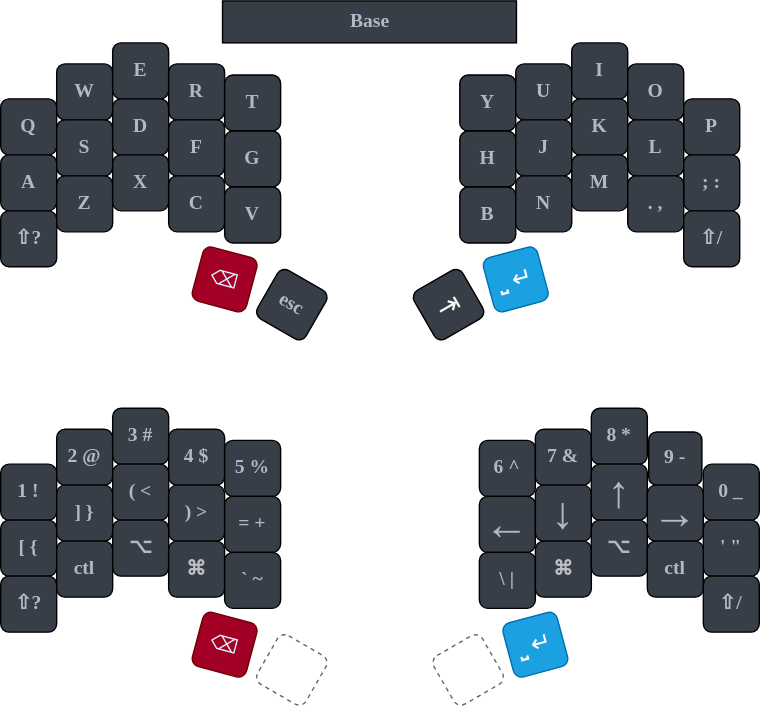
Earlier version of the draw.io export keyboard_map.drawio.svg (jakdept/zmk-sweep). Source tidied: cells renumbered, new cells last; positions are measured from the earlier drawing's top-left corner, leaving out a move shared by most shapes.
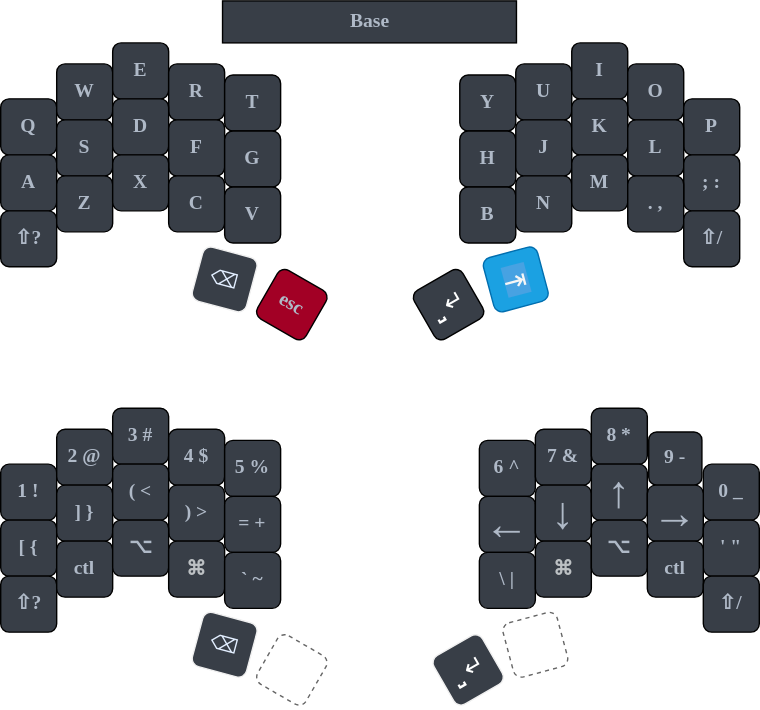
After the commit.

Commit message:
possibly corrected keymap for the last time

Change to the diagram source:
```diff
@@ -47,10 +47,10 @@
     <mxCell id="16" value="V" style="whiteSpace=wrap;html=1;fontSize=14;fontFamily=Verdana;fontStyle=1;fontColor=#AFB9C7;fillColor=#383E47;rounded=1;" parent="1" vertex="1">
       <mxGeometry x="160" y="133" width="40" height="40" as="geometry" />
     </mxCell>
-    <mxCell id="17" value="&lt;span style=&quot;color: rgb(226, 238, 255); font-weight: 500; font-family: &amp;quot;Google Sans&amp;quot;, arial, sans-serif; font-size: 14px; text-align: left;&quot;&gt;⌫&lt;/span&gt;" style="whiteSpace=wrap;html=1;rotation=15;fontSize=14;fontFamily=Verdana;fontStyle=1;fillColor=#a20025;strokeColor=#6F0000;fontColor=#ffffff;rounded=1;" parent="1" vertex="1">
+    <mxCell id="17" value="&lt;span style=&quot;color: rgb(226, 238, 255); font-weight: 500; font-family: &amp;quot;Google Sans&amp;quot;, arial, sans-serif; font-size: 14px; text-align: left;&quot;&gt;⌫&lt;/span&gt;" style="whiteSpace=wrap;html=1;rotation=15;fontSize=14;fontFamily=Verdana;fontStyle=1;fillColor=#383E47;strokeColor=#F0F0F0;fontColor=#ffffff;rounded=1;" parent="1" vertex="1">
       <mxGeometry x="140" y="179" width="40" height="40" as="geometry" />
     </mxCell>
-    <mxCell id="18" value="&lt;span style=&quot;font-family: &amp;quot;segoe ui emoji&amp;quot;, &amp;quot;apple color emoji&amp;quot;, &amp;quot;noto color emoji&amp;quot;; font-size: 14px;&quot;&gt;&lt;font style=&quot;font-size: 14px;&quot;&gt;esc&lt;/font&gt;&lt;/span&gt;" style="whiteSpace=wrap;html=1;rotation=30;fontSize=14;fontFamily=Verdana;fontStyle=1;fontColor=#AFB9C7;fillColor=#383E47;rounded=1;" parent="1" vertex="1">
+    <mxCell id="18" value="&lt;span style=&quot;font-family: &amp;quot;segoe ui emoji&amp;quot;, &amp;quot;apple color emoji&amp;quot;, &amp;quot;noto color emoji&amp;quot;; font-size: 14px;&quot;&gt;&lt;font style=&quot;font-size: 14px;&quot;&gt;esc&lt;/font&gt;&lt;/span&gt;" style="whiteSpace=wrap;html=1;rotation=30;fontSize=14;fontFamily=Verdana;fontStyle=1;fontColor=#AFB9C7;fillColor=#A20025;rounded=1;" parent="1" vertex="1">
       <mxGeometry x="188" y="197" width="40" height="40" as="geometry" />
     </mxCell>
     <mxCell id="19" value="Y" style="whiteSpace=wrap;html=1;fontSize=14;fontFamily=Verdana;fontStyle=1;fontColor=#AFB9C7;fillColor=#383E47;rounded=1;" parent="1" vertex="1">
@@ -98,10 +98,10 @@
     <mxCell id="33" value="&lt;span style=&quot;font-family: &amp;quot;segoe ui emoji&amp;quot;, &amp;quot;apple color emoji&amp;quot;, &amp;quot;noto color emoji&amp;quot;; font-size: 14px;&quot;&gt;⇧/&lt;/span&gt;" style="whiteSpace=wrap;html=1;fontSize=14;fontFamily=Verdana;fontStyle=1;fontColor=#AFB9C7;fillColor=#383E47;rounded=1;" parent="1" vertex="1">
       <mxGeometry x="488" y="150" width="40" height="40" as="geometry" />
     </mxCell>
-    <mxCell id="34" value="&lt;span style=&quot;font-family: &amp;quot;Google Sans&amp;quot;, arial, sans-serif; font-size: 20px; font-weight: 500; text-align: left;&quot;&gt;&lt;font style=&quot;&quot; color=&quot;#f6f6f6&quot;&gt;⇥&lt;/font&gt;&lt;/span&gt;" style="whiteSpace=wrap;html=1;rotation=-30;fontSize=14;fontFamily=Verdana;fontStyle=1;fontColor=#AFB9C7;fillColor=#383E47;rounded=1;" parent="1" vertex="1">
+    <mxCell id="34" value="&lt;span style=&quot;color: rgb(255, 255, 255); caret-color: rgb(189, 193, 198); font-family: &amp;quot;Google Sans&amp;quot;, arial, sans-serif; text-align: left;&quot;&gt;⎵&amp;nbsp;&lt;/span&gt;&lt;span style=&quot;color: rgb(255, 255, 255); caret-color: rgb(32, 33, 34); font-family: sans-serif; font-size: 17.5px; font-weight: 400; text-align: start;&quot;&gt;↵&lt;/span&gt;" style="whiteSpace=wrap;html=1;rotation=-30;fontSize=14;fontFamily=Verdana;fontStyle=1;fontColor=#AFB9C7;fillColor=#383E47;rounded=1;" parent="1" vertex="1">
       <mxGeometry x="300" y="197" width="40" height="40" as="geometry" />
     </mxCell>
-    <mxCell id="35" value="&lt;span style=&quot;background-color: rgb(27, 161, 226);&quot;&gt;&lt;span style=&quot;caret-color: rgb(189, 193, 198); font-family: &amp;quot;Google Sans&amp;quot;, arial, sans-serif; text-align: left;&quot;&gt;⎵&amp;nbsp;&amp;nbsp;&lt;/span&gt;&lt;span style=&quot;caret-color: rgb(32, 33, 34); text-align: start;&quot;&gt;&lt;font face=&quot;sans-serif&quot;&gt;&lt;span style=&quot;font-size: 17.5px; font-weight: 400;&quot;&gt;↵&lt;/span&gt;&lt;/font&gt;&lt;/span&gt;&lt;/span&gt;" style="whiteSpace=wrap;html=1;rotation=-15;fontSize=14;fontFamily=Verdana;fontStyle=1;fillColor=#1ba1e2;strokeColor=#006EAF;fontColor=#ffffff;rounded=1;" parent="1" vertex="1">
+    <mxCell id="35" value="&lt;span style=&quot;color: rgb(246, 246, 246); font-family: &amp;quot;Google Sans&amp;quot;, arial, sans-serif; font-size: 20px; font-weight: 500; text-align: left; background-color: rgb(71, 162, 226);&quot;&gt;⇥&lt;/span&gt;" style="whiteSpace=wrap;html=1;rotation=-15;fontSize=14;fontFamily=Verdana;fontStyle=1;fillColor=#1ba1e2;strokeColor=#006EAF;fontColor=#ffffff;rounded=1;" parent="1" vertex="1">
       <mxGeometry x="348" y="179" width="40" height="40" as="geometry" />
     </mxCell>
     <mxCell id="36" value="&lt;b style=&quot;font-size: 14px;&quot;&gt;Base&lt;/b&gt;" style="rounded=0;whiteSpace=wrap;html=1;fontFamily=Verdana;fontSize=14;fontColor=#AFB9C7;fillColor=#383E47;" parent="1" vertex="1">
@@ -200,13 +200,13 @@
     <mxCell id="67" value="&lt;span style=&quot;font-family: &amp;quot;segoe ui emoji&amp;quot;, &amp;quot;apple color emoji&amp;quot;, &amp;quot;noto color emoji&amp;quot;; font-size: 14px;&quot;&gt;⇧/&lt;/span&gt;" style="whiteSpace=wrap;html=1;fontSize=14;fontFamily=Verdana;fontStyle=1;fontColor=#AFB9C7;fillColor=#383E47;rounded=1;" parent="1" vertex="1">
       <mxGeometry x="502" y="411" width="40" height="40" as="geometry" />
     </mxCell>
-    <mxCell id="68" style="whiteSpace=wrap;html=1;rotation=-30;fontSize=14;fontFamily=Verdana;fontStyle=1;fontColor=#AFB9C7;fillColor=none;rounded=1;strokeColor=#666666;dashed=1;" parent="1" vertex="1">
+    <mxCell id="68" value="&lt;span style=&quot;color: rgb(255, 255, 255); caret-color: rgb(189, 193, 198); font-family: &amp;quot;Google Sans&amp;quot;, arial, sans-serif; text-align: left;&quot;&gt;⎵&amp;nbsp;&lt;/span&gt;&lt;span style=&quot;color: rgb(255, 255, 255); caret-color: rgb(32, 33, 34); font-family: sans-serif; font-size: 17.5px; font-weight: 400; text-align: start;&quot;&gt;↵&lt;/span&gt;" style="whiteSpace=wrap;html=1;rotation=-30;fontSize=14;fontFamily=Verdana;fontStyle=1;fontColor=#AFB9C7;fillColor=#383E47;rounded=1;strokeColor=#F0F0F0;" parent="1" vertex="1">
       <mxGeometry x="314" y="458" width="40" height="40" as="geometry" />
     </mxCell>
-    <mxCell id="69" value="&lt;span style=&quot;background-color: rgb(27, 161, 226);&quot;&gt;&lt;span style=&quot;caret-color: rgb(189, 193, 198); font-family: &amp;quot;Google Sans&amp;quot;, arial, sans-serif; text-align: left;&quot;&gt;⎵&amp;nbsp;&lt;/span&gt;&lt;span style=&quot;border-color: rgb(0, 0, 0); font-style: normal; font-variant-ligatures: normal; font-variant-caps: normal; letter-spacing: normal; orphans: 2; text-indent: 0px; text-transform: none; widows: 2; word-spacing: 0px; -webkit-text-stroke-width: 0px; text-decoration-thickness: initial; text-decoration-style: initial; text-decoration-color: initial; caret-color: rgb(32, 33, 34); font-family: sans-serif; font-size: 17.5px; font-weight: 400; text-align: start;&quot;&gt;↵&lt;/span&gt;&lt;/span&gt;" style="whiteSpace=wrap;html=1;rotation=-15;fontSize=14;fontFamily=Verdana;fontStyle=1;fillColor=#1ba1e2;strokeColor=#006EAF;fontColor=#ffffff;rounded=1;" parent="1" vertex="1">
+    <mxCell id="69" style="whiteSpace=wrap;html=1;rotation=-15;fontSize=14;fontFamily=Verdana;fontStyle=1;fillColor=none;strokeColor=#666666;fontColor=#ffffff;rounded=1;dashed=1;" parent="1" vertex="1">
       <mxGeometry x="362" y="440" width="40" height="40" as="geometry" />
     </mxCell>
-    <mxCell id="70" value="&lt;span style=&quot;color: rgb(226, 238, 255); font-weight: 500; font-family: &amp;quot;Google Sans&amp;quot;, arial, sans-serif; font-size: 14px; text-align: left;&quot;&gt;⌫&lt;/span&gt;" style="whiteSpace=wrap;html=1;rotation=15;fontSize=14;fontFamily=Verdana;fontStyle=1;fillColor=#a20025;strokeColor=#6F0000;fontColor=#ffffff;rounded=1;" parent="1" vertex="1">
+    <mxCell id="70" value="&lt;span style=&quot;color: rgb(226, 238, 255); font-weight: 500; font-family: &amp;quot;Google Sans&amp;quot;, arial, sans-serif; font-size: 14px; text-align: left;&quot;&gt;⌫&lt;/span&gt;" style="whiteSpace=wrap;html=1;rotation=15;fontSize=14;fontFamily=Verdana;fontStyle=1;fillColor=#383E47;strokeColor=#F0F0F0;fontColor=#ffffff;rounded=1;" parent="1" vertex="1">
       <mxGeometry x="140" y="440" width="40" height="40" as="geometry" />
     </mxCell>
   </root>
```
